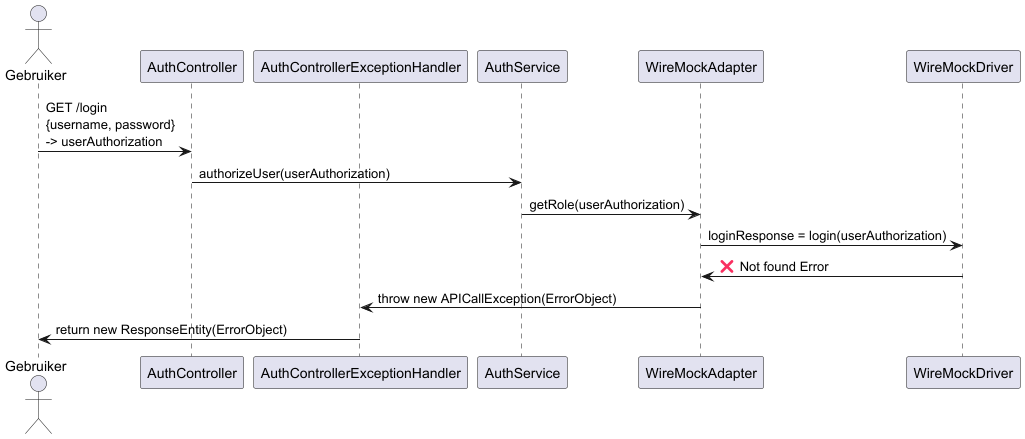
The PlantUML diagram opdracht-diagrammen/diagrammen-Stijn/sequentiediagram.png in AIM-ENE-feb25/triptop-groep-b5, before a commit.
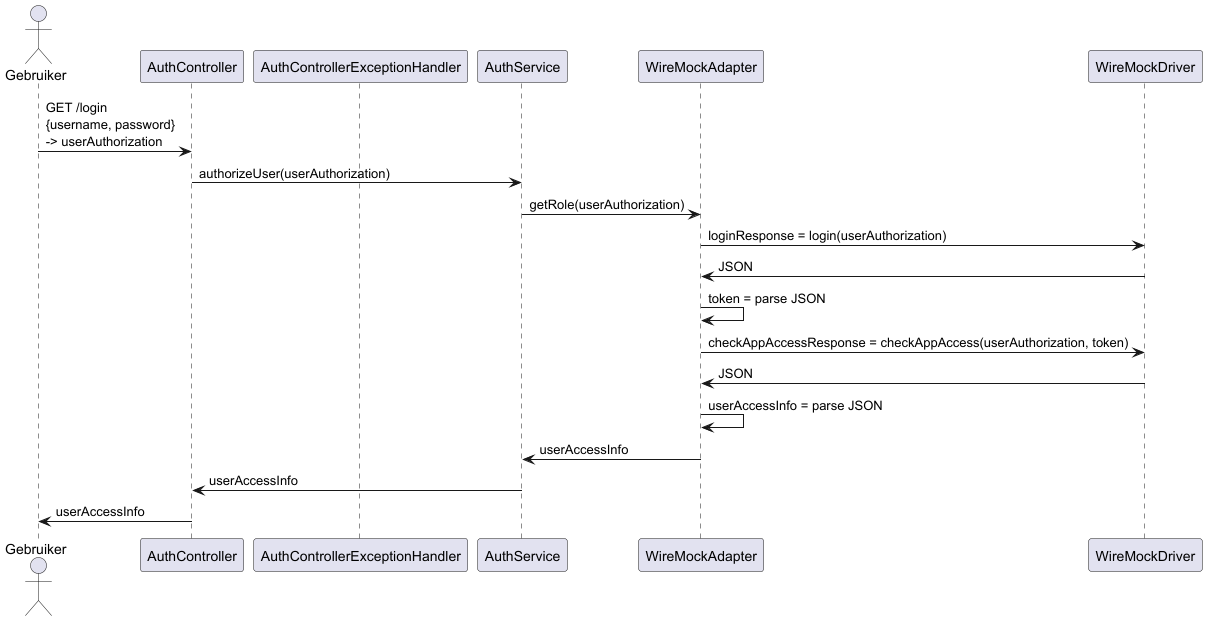
After the change.

What changed in the source:
```diff
@@ -11,8 +11,13 @@
 AuthController -> AuthService: authorizeUser(userAuthorization)
 AuthService -> WireMockAdapter: getRole(userAuthorization)
 WireMockAdapter -> WireMockDriver: loginResponse = login(userAuthorization)
-WireMockAdapter <- WireMockDriver: ❌ Not found Error
-AuthControllerExceptionHandler <- WireMockAdapter: throw new APICallException(ErrorObject)
-Gebruiker <- AuthControllerExceptionHandler: return new ResponseEntity(ErrorObject)
+WireMockAdapter <- WireMockDriver: JSON
+WireMockAdapter -> WireMockAdapter: token = parse JSON
+WireMockAdapter -> WireMockDriver: checkAppAccessResponse = checkAppAccess(userAuthorization, token)
+WireMockAdapter <- WireMockDriver: JSON
+WireMockAdapter -> WireMockAdapter: userAccessInfo = parse JSON
+AuthService <- WireMockAdapter: userAccessInfo
+AuthController <- AuthService: userAccessInfo
+Gebruiker <- AuthController: userAccessInfo
 
 @enduml
```
